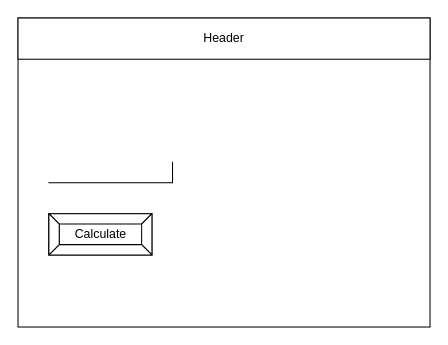
Before: design/story-board.drawio in Liya-Getachew/ICS2O-Unit6-04-QUERY, a draw.io diagram. Source tidied: cells renumbered, new cells numbered last; positions are measured from the earlier drawing's top-left corner, leaving out a move shared by most shapes. Both pictures are drawn from the tidied source at 103%, with x=0, y=0 at pixel (18, 18).
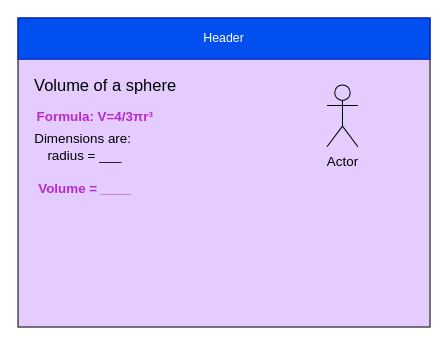
The same page after the edit.

Commit message (it also covers changes not shown here):
chart and board

The edit, as a diff of the source:
```diff
@@
 <mxGraphModel>
   <root>
     <mxCell id="0" />
     <mxCell id="1" parent="0" />
-    <mxCell id="2" style="rounded=0;whiteSpace=wrap;html=1;" parent="1" vertex="1">
+    <mxCell id="2" style="rounded=0;whiteSpace=wrap;html=1;fillColor=#E5CCFF;" parent="1" vertex="1">
       <mxGeometry width="400" height="300" as="geometry" />
     </mxCell>
-    <mxCell id="3" value="Header" style="rounded=0;whiteSpace=wrap;html=1;" parent="1" vertex="1">
+    <mxCell id="3" value="Header" style="rounded=0;whiteSpace=wrap;html=1;fillColor=#0050ef;fontColor=#ffffff;strokeColor=#001DBC;" parent="1" vertex="1">
       <mxGeometry width="400" height="40" as="geometry" />
     </mxCell>
-    <mxCell id="4" style="shape=partialRectangle;whiteSpace=wrap;html=1;top=0;left=0;fillColor=none;" parent="1" vertex="1">
-      <mxGeometry x="30" y="140" width="120" height="20" as="geometry" />
-    </mxCell>
-    <mxCell id="5" value="Calculate" style="labelPosition=center;verticalLabelPosition=middle;align=center;html=1;shape=mxgraph.basic.button;dx=10;" parent="1" vertex="1">
-      <mxGeometry x="30" y="190" width="100" height="40" as="geometry" />
+    <mxCell id="5" value="&lt;font color=&quot;#000000&quot; style=&quot;font-size: 16px;&quot;&gt;Volume of a sphere&lt;/font&gt;" style="text;html=1;strokeColor=none;fillColor=none;align=center;verticalAlign=middle;whiteSpace=wrap;rounded=0;fontSize=16;" parent="1" vertex="1">
+      <mxGeometry x="10" y="50" width="150" height="30" as="geometry" />
     </mxCell>
+    <mxCell id="6" value="&lt;font color=&quot;#b529d1&quot; style=&quot;font-size: 13px&quot;&gt;&lt;b&gt;Formula:&amp;nbsp;&lt;span style=&quot;font-family: &amp;#34;helvetica&amp;#34; , &amp;#34;arial&amp;#34; , sans-serif&quot;&gt;V=4/3πr³&lt;/span&gt;&lt;/b&gt;&lt;/font&gt;" style="text;html=1;strokeColor=none;fillColor=none;align=center;verticalAlign=middle;whiteSpace=wrap;rounded=0;fontSize=11;fontColor=#000000;" parent="1" vertex="1">
+      <mxGeometry x="10" y="80" width="130" height="30" as="geometry" />
+    </mxCell>
+    <mxCell id="7" value="&lt;font color=&quot;#000000&quot;&gt;Dimensions are:&amp;nbsp;&lt;br&gt;radius = ___&lt;/font&gt;" style="text;html=1;strokeColor=none;fillColor=none;align=center;verticalAlign=middle;whiteSpace=wrap;rounded=0;labelBackgroundColor=none;fontSize=13;fontColor=#B529D1;" parent="1" vertex="1">
+      <mxGeometry x="5" y="110" width="120" height="30" as="geometry" />
+    </mxCell>
+    <mxCell id="8" value="&lt;font color=&quot;#b529d1&quot;&gt;&lt;span style=&quot;font-size: 13px&quot;&gt;&lt;b&gt;Volume = ____&lt;/b&gt;&lt;/span&gt;&lt;/font&gt;" style="text;html=1;strokeColor=none;fillColor=none;align=center;verticalAlign=middle;whiteSpace=wrap;rounded=0;fontSize=11;fontColor=#000000;" parent="1" vertex="1">
+      <mxGeometry y="150" width="130" height="30" as="geometry" />
+    </mxCell>
+    <mxCell id="9" value="Actor" style="shape=umlActor;verticalLabelPosition=bottom;verticalAlign=top;html=1;labelBackgroundColor=none;fontSize=13;fontColor=#000000;fillColor=#E5CCFF;strokeColor=#000000;" parent="1" vertex="1">
+      <mxGeometry x="300" y="65" width="30" height="60" as="geometry" />
+    </mxCell>
   </root>
 </mxGraphModel>
```
